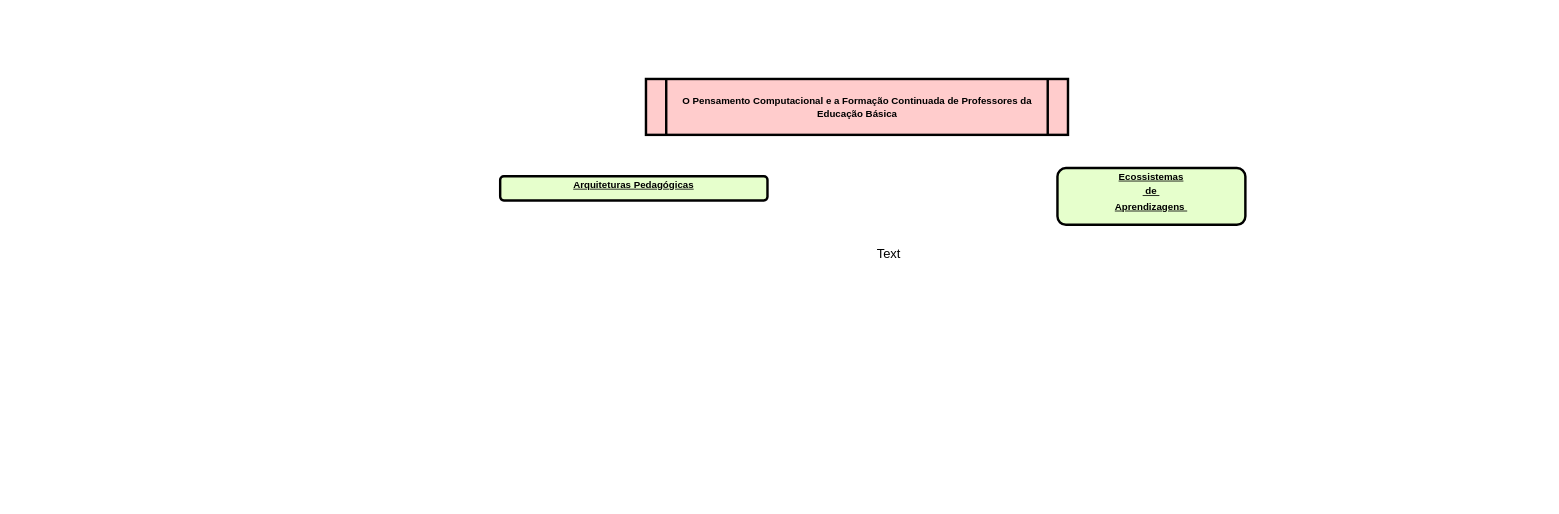
RosianeSangali/RosianeSangali keeps this draw.io diagram as Desgner Formação.drawio. Above is the earlier version. Source tidied: cells renumbered, new cells numbered last; positions are measured from the earlier drawing's top-left corner, leaving out a move shared by most shapes. Both pictures are drawn from the tidied source at 81%, with x=0, y=0 at pixel (500, 79).
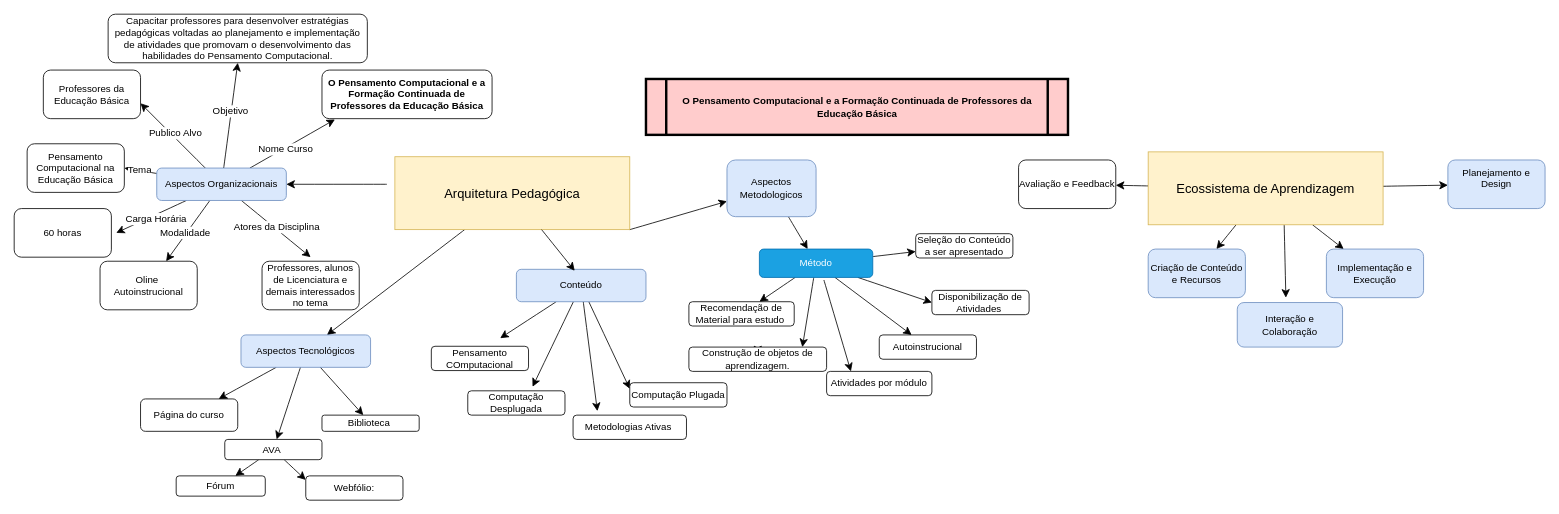
The same page after the edit.

What changed in the source:
```diff
@@
-    <mxCell id="2" value="&lt;p style=&quot;margin: 0px; margin-top: 4px; text-align: center; text-decoration: underline;&quot;&gt;Arquiteturas Pedagógicas&lt;/p&gt;" style="verticalAlign=middle;align=center;overflow=fill;fontSize=12;fontFamily=Helvetica;html=1;rounded=1;fontStyle=1;strokeWidth=3;fillColor=#E6FFCC;" parent="1" vertex="1">
-      <mxGeometry y="120" width="330" height="30" as="geometry" />
-    </mxCell>
@@
-    <mxCell id="4" value="&lt;p style=&quot;margin: 0px; margin-top: 4px; text-align: center; text-decoration: underline;&quot;&gt;Ecossistemas&lt;/p&gt;&lt;p style=&quot;margin: 0px; margin-top: 4px; text-align: center; text-decoration: underline;&quot;&gt;&amp;nbsp;de&amp;nbsp;&lt;/p&gt;&lt;p style=&quot;margin: 0px; margin-top: 4px; text-align: center; text-decoration: underline;&quot;&gt;Aprendizagens&amp;nbsp;&lt;/p&gt;" style="verticalAlign=middle;align=center;overflow=fill;fontSize=12;fontFamily=Helvetica;html=1;rounded=1;fontStyle=1;strokeWidth=3;fillColor=#E6FFCC;" parent="1" vertex="1">
-      <mxGeometry x="688" y="110" width="232" height="70" as="geometry" />
-    </mxCell>
+    <mxCell id="6" style="edgeStyle=none;curved=1;rounded=0;jettySize=auto;html=1;fontSize=12;startSize=8;endSize=8;" parent="1" edge="1" source="5" target="75">
+      <mxGeometry relative="1" as="geometry" />
+    </mxCell>
+    <mxCell id="7" style="edgeStyle=none;curved=1;rounded=0;jettySize=auto;html=1;fontSize=12;startSize=8;endSize=8;" parent="1" edge="1" source="5" target="76">
+      <mxGeometry relative="1" as="geometry" />
+    </mxCell>
+    <mxCell id="8" style="edgeStyle=none;curved=1;rounded=0;jettySize=auto;html=1;fontSize=12;startSize=8;endSize=8;" parent="1" edge="1" source="5" target="77">
+      <mxGeometry relative="1" as="geometry" />
+    </mxCell>
+    <mxCell id="9" style="edgeStyle=none;curved=1;rounded=0;jettySize=auto;html=1;fontSize=12;startSize=8;endSize=8;exitX=0.579;exitY=1;exitDx=0;exitDy=0;exitPerimeter=0;" parent="1" edge="1" source="5">
+      <mxGeometry relative="1" as="geometry">
+        <mxPoint x="970" y="270" as="targetPoint" />
+      </mxGeometry>
+    </mxCell>
+    <mxCell id="10" style="edgeStyle=none;curved=1;rounded=0;jettySize=auto;html=1;fontSize=12;startSize=8;endSize=8;" parent="1" edge="1" source="5" target="79">
+      <mxGeometry relative="1" as="geometry" />
+    </mxCell>
-    <mxCell id="5" value="Text" style="text;strokeColor=none;fillColor=none;html=1;align=center;verticalAlign=middle;whiteSpace=wrap;rounded=0;fontSize=16;" parent="1" vertex="1">
-      <mxGeometry x="450" y="200" width="60" height="30" as="geometry" />
+    <mxCell id="5" value="Ecossistema de Aprendizagem" style="text;strokeColor=#d6b656;fillColor=#fff2cc;html=1;align=center;verticalAlign=middle;whiteSpace=wrap;rounded=0;fontSize=16;" parent="1" vertex="1">
+      <mxGeometry x="800" y="90" width="290" height="90" as="geometry" />
     </mxCell>
+    <mxCell id="11" style="edgeStyle=none;curved=1;rounded=0;jettySize=auto;html=1;fontSize=12;startSize=8;endSize=8;exitX=1;exitY=1;exitDx=0;exitDy=0;" parent="1" edge="1" source="14" target="16">
+      <mxGeometry relative="1" as="geometry" />
+    </mxCell>
+    <mxCell id="12" style="edgeStyle=none;curved=1;rounded=0;jettySize=auto;html=1;fontSize=12;startSize=8;endSize=8;" parent="1" edge="1" target="31">
+      <mxGeometry relative="1" as="geometry">
+        <mxPoint x="-140" y="130" as="sourcePoint" />
+      </mxGeometry>
+    </mxCell>
+    <mxCell id="13" style="edgeStyle=none;curved=1;rounded=0;jettySize=auto;html=1;fontSize=12;startSize=8;endSize=8;" parent="1" edge="1" source="14" target="35">
+      <mxGeometry relative="1" as="geometry" />
+    </mxCell>
+    <mxCell id="14" value="Arquitetura Pedagógica" style="text;strokeColor=#d6b656;fillColor=#fff2cc;html=1;align=center;verticalAlign=middle;whiteSpace=wrap;rounded=0;fontSize=16;" parent="1" vertex="1">
+      <mxGeometry x="-130" y="96" width="290" height="90" as="geometry" />
+    </mxCell>
+    <mxCell id="15" style="edgeStyle=none;curved=1;rounded=0;jettySize=auto;html=1;fontSize=12;startSize=8;endSize=8;" parent="1" edge="1" source="16" target="47">
+      <mxGeometry relative="1" as="geometry" />
+    </mxCell>
+    <mxCell id="16" value="Aspectos Metodologicos" style="rounded=1;whiteSpace=wrap;html=1;fillColor=#dae8fc;strokeColor=#6c8ebf;" parent="1" vertex="1">
+      <mxGeometry x="280" y="100" width="110" height="70" as="geometry" />
+    </mxCell>
+    <mxCell id="17" style="edgeStyle=none;curved=1;rounded=0;jettySize=auto;html=1;fontSize=12;startSize=8;endSize=8;entryX=0.5;entryY=1;entryDx=0;entryDy=0;" parent="1" edge="1" source="31" target="58">
+      <mxGeometry relative="1" as="geometry" />
+    </mxCell>
+    <mxCell id="18" value="Objetivo" style="edgeLabel;html=1;align=center;verticalAlign=middle;fontSize=12;" parent="17" vertex="1">
+      <mxGeometry x="0.08" y="2" relative="1" as="geometry" />
+    </mxCell>
+    <mxCell id="19" style="edgeStyle=none;curved=1;rounded=0;jettySize=auto;html=1;fontSize=12;startSize=8;endSize=8;" parent="1" edge="1" source="31">
+      <mxGeometry relative="1" as="geometry">
+        <mxPoint x="-204" y="50" as="targetPoint" />
+      </mxGeometry>
+    </mxCell>
+    <mxCell id="20" value="Nome Curso" style="edgeLabel;html=1;align=center;verticalAlign=middle;fontSize=12;" parent="19" vertex="1">
+      <mxGeometry x="-0.17" y="-1" relative="1" as="geometry" />
+    </mxCell>
+    <mxCell id="21" style="edgeStyle=none;curved=1;rounded=0;jettySize=auto;html=1;fontSize=12;startSize=8;endSize=8;" parent="1" edge="1" source="31">
+      <mxGeometry relative="1" as="geometry">
+        <mxPoint x="-444" y="30" as="targetPoint" />
+      </mxGeometry>
+    </mxCell>
+    <mxCell id="22" value="Publico Alvo" style="edgeLabel;html=1;align=center;verticalAlign=middle;fontSize=12;" parent="21" vertex="1">
+      <mxGeometry y="-4" relative="1" as="geometry" />
+    </mxCell>
+    <mxCell id="23" style="edgeStyle=none;curved=1;rounded=0;jettySize=auto;html=1;fontSize=12;startSize=8;endSize=8;" parent="1" edge="1" source="31">
+      <mxGeometry relative="1" as="geometry">
+        <mxPoint x="-474" y="190" as="targetPoint" />
+      </mxGeometry>
+    </mxCell>
+    <mxCell id="24" value="Carga Horária" style="edgeLabel;html=1;align=center;verticalAlign=middle;fontSize=12;" parent="23" vertex="1">
+      <mxGeometry x="-0.08" y="4" relative="1" as="geometry" />
+    </mxCell>
+    <mxCell id="25" style="edgeStyle=none;curved=1;rounded=0;jettySize=auto;html=1;fontSize=12;startSize=8;endSize=8;" parent="1" edge="1" source="31" target="62">
+      <mxGeometry relative="1" as="geometry" />
+    </mxCell>
+    <mxCell id="26" value="Modalidade" style="edgeLabel;html=1;align=center;verticalAlign=middle;fontSize=12;" parent="25" vertex="1">
+      <mxGeometry x="0.09" y="-2" relative="1" as="geometry" />
+    </mxCell>
+    <mxCell id="27" style="edgeStyle=none;curved=1;rounded=0;jettySize=auto;html=1;fontSize=12;startSize=8;endSize=8;" parent="1" edge="1" source="31">
+      <mxGeometry relative="1" as="geometry">
+        <mxPoint x="-234" y="220" as="targetPoint" />
+      </mxGeometry>
+    </mxCell>
+    <mxCell id="28" value="Atores da Disciplina" style="edgeLabel;html=1;align=center;verticalAlign=middle;fontSize=12;" parent="27" vertex="1">
+      <mxGeometry x="-0.02" y="2" relative="1" as="geometry" />
+    </mxCell>
+    <mxCell id="29" style="edgeStyle=none;curved=1;rounded=0;jettySize=auto;html=1;fontSize=12;startSize=8;endSize=8;entryX=1;entryY=0.5;entryDx=0;entryDy=0;" parent="1" edge="1" source="31" target="64">
+      <mxGeometry relative="1" as="geometry" />
+    </mxCell>
+    <mxCell id="30" value="Tema" style="edgeLabel;html=1;align=center;verticalAlign=middle;fontSize=12;" parent="29" vertex="1">
+      <mxGeometry x="0.09" y="-2" relative="1" as="geometry" />
+    </mxCell>
+    <mxCell id="31" value="Aspectos Organizacionais" style="rounded=1;whiteSpace=wrap;html=1;fillColor=#dae8fc;strokeColor=#6c8ebf;" parent="1" vertex="1">
+      <mxGeometry x="-424" y="110" width="160" height="40" as="geometry" />
+    </mxCell>
+    <mxCell id="32" style="edgeStyle=none;curved=1;rounded=0;jettySize=auto;html=1;fontSize=12;startSize=8;endSize=8;" parent="1" edge="1" source="35" target="69">
+      <mxGeometry relative="1" as="geometry" />
+    </mxCell>
+    <mxCell id="33" style="edgeStyle=none;curved=1;rounded=0;jettySize=auto;html=1;fontSize=12;startSize=8;endSize=8;" parent="1" edge="1" source="35" target="72">
+      <mxGeometry relative="1" as="geometry" />
+    </mxCell>
+    <mxCell id="34" style="edgeStyle=none;curved=1;rounded=0;jettySize=auto;html=1;fontSize=12;startSize=8;endSize=8;" parent="1" edge="1" source="35" target="73">
+      <mxGeometry relative="1" as="geometry" />
+    </mxCell>
+    <mxCell id="35" value="Aspectos Tecnológicos" style="rounded=1;whiteSpace=wrap;html=1;fillColor=#dae8fc;strokeColor=#6c8ebf;" parent="1" vertex="1">
+      <mxGeometry x="-320" y="316" width="160" height="40" as="geometry" />
+    </mxCell>
+    <mxCell id="36" style="edgeStyle=none;curved=1;rounded=0;jettySize=auto;html=1;fontSize=12;startSize=8;endSize=8;" parent="1" edge="1" source="40">
+      <mxGeometry relative="1" as="geometry">
+        <mxPoint y="320" as="targetPoint" />
+      </mxGeometry>
+    </mxCell>
+    <mxCell id="37" style="edgeStyle=none;curved=1;rounded=0;jettySize=auto;html=1;fontSize=12;startSize=8;endSize=8;" parent="1" edge="1" source="40">
+      <mxGeometry relative="1" as="geometry">
+        <mxPoint x="120" y="410" as="targetPoint" />
+      </mxGeometry>
+    </mxCell>
+    <mxCell id="38" style="edgeStyle=none;curved=1;rounded=0;jettySize=auto;html=1;fontSize=12;startSize=8;endSize=8;" parent="1" edge="1" source="40">
+      <mxGeometry relative="1" as="geometry">
+        <mxPoint x="40" y="380" as="targetPoint" />
+      </mxGeometry>
+    </mxCell>
+    <mxCell id="39" style="edgeStyle=none;curved=1;rounded=0;jettySize=auto;html=1;entryX=0;entryY=0.25;entryDx=0;entryDy=0;fontSize=12;startSize=8;endSize=8;" parent="1" edge="1" source="40" target="55">
+      <mxGeometry relative="1" as="geometry" />
+    </mxCell>
+    <mxCell id="40" value="Conteúdo" style="rounded=1;whiteSpace=wrap;html=1;fillColor=#dae8fc;strokeColor=#6c8ebf;" parent="1" vertex="1">
+      <mxGeometry x="20" y="235" width="160" height="40" as="geometry" />
+    </mxCell>
+    <mxCell id="41" style="edgeStyle=none;curved=1;rounded=0;jettySize=auto;html=1;fontSize=12;startSize=8;endSize=8;" parent="1" edge="1" source="47" target="48">
+      <mxGeometry relative="1" as="geometry" />
+    </mxCell>
+    <mxCell id="42" style="edgeStyle=none;curved=1;rounded=0;jettySize=auto;html=1;fontSize=12;startSize=8;endSize=8;" parent="1" edge="1" source="47" target="50">
+      <mxGeometry relative="1" as="geometry" />
+    </mxCell>
+    <mxCell id="43" style="edgeStyle=none;curved=1;rounded=0;jettySize=auto;html=1;fontSize=12;startSize=8;endSize=8;" parent="1" edge="1" source="47" target="51">
+      <mxGeometry relative="1" as="geometry" />
+    </mxCell>
+    <mxCell id="44" style="edgeStyle=none;curved=1;rounded=0;jettySize=auto;html=1;fontSize=12;startSize=8;endSize=8;exitX=0.569;exitY=1.091;exitDx=0;exitDy=0;exitPerimeter=0;" parent="1" edge="1" source="47">
+      <mxGeometry relative="1" as="geometry">
+        <mxPoint x="433" y="361" as="targetPoint" />
+      </mxGeometry>
+    </mxCell>
+    <mxCell id="45" style="edgeStyle=none;curved=1;rounded=0;jettySize=auto;html=1;entryX=0;entryY=0.5;entryDx=0;entryDy=0;fontSize=12;startSize=8;endSize=8;" parent="1" edge="1" source="47" target="49">
+      <mxGeometry relative="1" as="geometry" />
+    </mxCell>
+    <mxCell id="46" style="edgeStyle=none;curved=1;rounded=0;jettySize=auto;html=1;fontSize=12;startSize=8;endSize=8;entryX=0.824;entryY=0;entryDx=0;entryDy=0;entryPerimeter=0;" parent="1" edge="1" source="47" target="66">
+      <mxGeometry relative="1" as="geometry" />
+    </mxCell>
+    <mxCell id="47" value="Método" style="whiteSpace=wrap;html=1;rounded=1;fillColor=#1ba1e2;strokeColor=#006EAF;fontColor=#ffffff;" parent="1" vertex="1">
+      <mxGeometry x="320" y="210" width="140" height="35" as="geometry" />
+    </mxCell>
+    <mxCell id="48" value="Autoinstrucional" style="whiteSpace=wrap;html=1;rounded=1;" parent="1" vertex="1">
+      <mxGeometry x="468" y="316" width="120" height="30" as="geometry" />
+    </mxCell>
+    <mxCell id="49" value="Disponibilização de Atividades&amp;nbsp;" style="whiteSpace=wrap;html=1;rounded=1;" parent="1" vertex="1">
+      <mxGeometry x="533" y="261" width="120" height="30" as="geometry" />
+    </mxCell>
+    <mxCell id="50" value="Seleção do Conteúdo a ser apresentado" style="whiteSpace=wrap;html=1;rounded=1;" parent="1" vertex="1">
+      <mxGeometry x="513" y="191" width="120" height="30" as="geometry" />
+    </mxCell>
+    <mxCell id="51" value="Recomendação de Material para estudo&amp;nbsp;" style="whiteSpace=wrap;html=1;rounded=1;" parent="1" vertex="1">
+      <mxGeometry x="233" y="275" width="130" height="30" as="geometry" />
+    </mxCell>
+    <mxCell id="52" value="Atividades por módulo" style="whiteSpace=wrap;html=1;rounded=1;" parent="1" vertex="1">
+      <mxGeometry x="403" y="361" width="130" height="30" as="geometry" />
+    </mxCell>
+    <mxCell id="53" style="edgeStyle=none;curved=1;rounded=0;orthogonalLoop=1;jettySize=auto;html=1;exitX=0.75;exitY=1;exitDx=0;exitDy=0;fontSize=12;startSize=8;endSize=8;" parent="1" edge="1" source="51" target="51">
+      <mxGeometry relative="1" as="geometry" />
+    </mxCell>
+    <mxCell id="54" value="Pensamento COmputacional" style="whiteSpace=wrap;html=1;rounded=1;" parent="1" vertex="1">
+      <mxGeometry x="-85" y="330" width="120" height="30" as="geometry" />
+    </mxCell>
+    <mxCell id="55" value="Computação Plugada" style="whiteSpace=wrap;html=1;rounded=1;" parent="1" vertex="1">
+      <mxGeometry x="160" y="375" width="120" height="30" as="geometry" />
+    </mxCell>
+    <mxCell id="56" value="Metodologias Ativas&amp;nbsp;" style="whiteSpace=wrap;html=1;rounded=1;" parent="1" vertex="1">
+      <mxGeometry x="90" y="415" width="140" height="30" as="geometry" />
+    </mxCell>
+    <mxCell id="57" value="Computação Desplugada" style="whiteSpace=wrap;html=1;rounded=1;" parent="1" vertex="1">
+      <mxGeometry x="-40" y="385" width="120" height="30" as="geometry" />
+    </mxCell>
+    <mxCell id="58" value="Capacitar professores para desenvolver estratégias pedagógicas voltadas ao planejamento e implementação de atividades que promovam o desenvolvimento das habilidades do Pensamento Computacional." style="rounded=1;whiteSpace=wrap;html=1;" parent="1" vertex="1">
+      <mxGeometry x="-484" y="-80" width="320" height="60" as="geometry" />
+    </mxCell>
+    <mxCell id="59" value="&lt;span style=&quot;font-weight: 700;&quot;&gt;O Pensamento Computacional e a Formação Continuada de Professores da Educação Básica&lt;/span&gt;" style="rounded=1;whiteSpace=wrap;html=1;" parent="1" vertex="1">
+      <mxGeometry x="-220" y="-11" width="210" height="60" as="geometry" />
+    </mxCell>
+    <mxCell id="60" value="Professores da Educação Básica" style="rounded=1;whiteSpace=wrap;html=1;" parent="1" vertex="1">
+      <mxGeometry x="-564" y="-11" width="120" height="60" as="geometry" />
+    </mxCell>
+    <mxCell id="61" value="60 horas" style="rounded=1;whiteSpace=wrap;html=1;" parent="1" vertex="1">
+      <mxGeometry x="-600" y="160" width="120" height="60" as="geometry" />
+    </mxCell>
+    <mxCell id="62" value="Oline&amp;nbsp; Autoinstrucional" style="rounded=1;whiteSpace=wrap;html=1;" parent="1" vertex="1">
+      <mxGeometry x="-494" y="225" width="120" height="60" as="geometry" />
+    </mxCell>
+    <mxCell id="63" value="Professores, alunos de Licenciatura e demais interessados no tema" style="rounded=1;whiteSpace=wrap;html=1;" parent="1" vertex="1">
+      <mxGeometry x="-294" y="225" width="120" height="60" as="geometry" />
+    </mxCell>
+    <mxCell id="64" value="Pensamento Computacional na Educação Básica" style="rounded=1;whiteSpace=wrap;html=1;" parent="1" vertex="1">
+      <mxGeometry x="-584" y="80" width="120" height="60" as="geometry" />
+    </mxCell>
+    <mxCell id="65" style="edgeStyle=none;curved=1;rounded=0;jettySize=auto;html=1;exitX=0.5;exitY=0;exitDx=0;exitDy=0;fontSize=12;startSize=8;endSize=8;" parent="1" edge="1" source="66">
+      <mxGeometry relative="1" as="geometry">
+        <mxPoint x="318" y="340" as="targetPoint" />
+      </mxGeometry>
+    </mxCell>
+    <mxCell id="66" value="Construção de objetos de aprendizagem." style="rounded=1;whiteSpace=wrap;html=1;" parent="1" vertex="1">
+      <mxGeometry x="233" y="331" width="170" height="30" as="geometry" />
+    </mxCell>
+    <mxCell id="67" style="edgeStyle=none;curved=1;rounded=0;jettySize=auto;html=1;fontSize=12;startSize=8;endSize=8;" parent="1" edge="1" source="69">
+      <mxGeometry relative="1" as="geometry">
+        <mxPoint x="-240" y="495" as="targetPoint" />
+      </mxGeometry>
+    </mxCell>
+    <mxCell id="68" style="edgeStyle=none;curved=1;rounded=0;jettySize=auto;html=1;fontSize=12;startSize=8;endSize=8;" parent="1" edge="1" source="69" target="71">
+      <mxGeometry relative="1" as="geometry" />
+    </mxCell>
+    <mxCell id="69" value="AVA&amp;nbsp;" style="whiteSpace=wrap;html=1;rounded=1;" parent="1" vertex="1">
+      <mxGeometry x="-340" y="445" width="120" height="25" as="geometry" />
+    </mxCell>
+    <mxCell id="70" value="Webfólio:" style="rounded=1;whiteSpace=wrap;html=1;" parent="1" vertex="1">
+      <mxGeometry x="-240" y="490" width="120" height="30" as="geometry" />
+    </mxCell>
+    <mxCell id="71" value="Fórum" style="rounded=1;whiteSpace=wrap;html=1;" parent="1" vertex="1">
+      <mxGeometry x="-400" y="490" width="110" height="25" as="geometry" />
+    </mxCell>
+    <mxCell id="72" value="Biblioteca&amp;nbsp;" style="rounded=1;whiteSpace=wrap;html=1;" parent="1" vertex="1">
+      <mxGeometry x="-220" y="415" width="120" height="20" as="geometry" />
+    </mxCell>
+    <mxCell id="73" value="Página do curso" style="rounded=1;whiteSpace=wrap;html=1;" parent="1" vertex="1">
+      <mxGeometry x="-444" y="395" width="120" height="40" as="geometry" />
+    </mxCell>
+    <mxCell id="74" style="edgeStyle=none;curved=1;rounded=0;jettySize=auto;html=1;entryX=0.45;entryY=0.045;entryDx=0;entryDy=0;entryPerimeter=0;fontSize=12;startSize=8;endSize=8;" parent="1" edge="1" source="14" target="40">
+      <mxGeometry relative="1" as="geometry" />
+    </mxCell>
+    <mxCell id="75" value="&#10;Planejamento e Design&#10;&#10;" style="rounded=1;whiteSpace=wrap;html=1;fillColor=#dae8fc;strokeColor=#6c8ebf;" parent="1" vertex="1">
+      <mxGeometry x="1170" y="100" width="120" height="60" as="geometry" />
+    </mxCell>
+    <mxCell id="76" value="Criação de Conteúdo e Recursos" style="rounded=1;whiteSpace=wrap;html=1;fillColor=#dae8fc;strokeColor=#6c8ebf;" parent="1" vertex="1">
+      <mxGeometry x="800" y="210" width="120" height="60" as="geometry" />
+    </mxCell>
+    <mxCell id="77" value="Implementação e Execução" style="rounded=1;whiteSpace=wrap;html=1;fillColor=#dae8fc;strokeColor=#6c8ebf;" parent="1" vertex="1">
+      <mxGeometry x="1020" y="210" width="120" height="60" as="geometry" />
+    </mxCell>
+    <mxCell id="78" value="Interação e Colaboração" style="rounded=1;whiteSpace=wrap;html=1;fillColor=#dae8fc;strokeColor=#6c8ebf;" parent="1" vertex="1">
+      <mxGeometry x="910" y="276" width="130" height="55" as="geometry" />
+    </mxCell>
+    <mxCell id="79" value="Avaliação e Feedback" style="rounded=1;whiteSpace=wrap;html=1;" parent="1" vertex="1">
+      <mxGeometry x="640" y="100" width="120" height="60" as="geometry" />
+    </mxCell>
```
